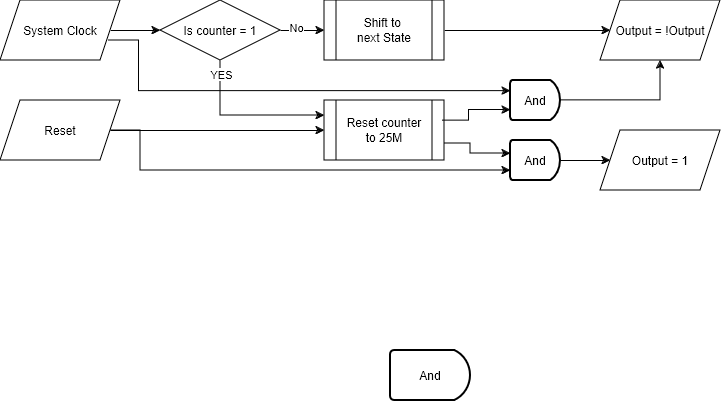
ZeppelinSCB/EIE330-FPGA-LAB-Report keeps this draw.io diagram as Lab2/0_Report/2-4/Counter Logic.png. Above is the earlier version. Source tidied: cells renumbered, new cells last; positions are measured from the earlier drawing's top-left corner, leaving out a move shared by most shapes.
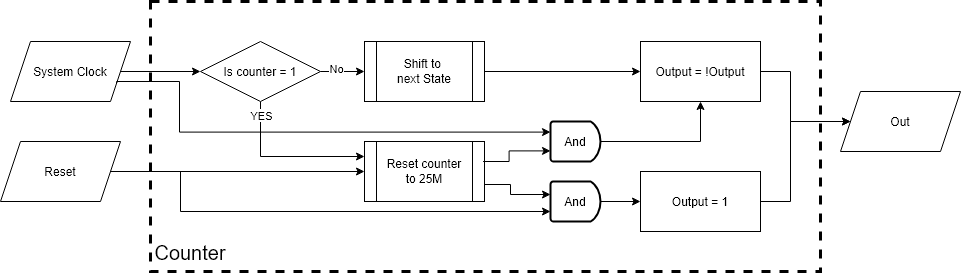
The same diagram one commit later.

The edit, as a diff of the source:
```diff
@@ -2,17 +2,20 @@
   <root>
     <mxCell id="0" />
     <mxCell id="1" parent="0" />
+    <mxCell id="25" style="rounded=0;whiteSpace=wrap;html=1;fillStyle=auto;dashed=1;strokeWidth=3;fillColor=none;" parent="1" vertex="1">
+      <mxGeometry x="110" y="-40" width="670" height="270" as="geometry" />
+    </mxCell>
     <mxCell id="2" style="edgeStyle=orthogonalEdgeStyle;rounded=0;jettySize=auto;html=1;entryX=0;entryY=0.5;entryDx=0;entryDy=0;" parent="1" edge="1" source="3" target="13">
       <mxGeometry relative="1" as="geometry" />
     </mxCell>
     <mxCell id="3" value="Reset" style="shape=parallelogram;perimeter=parallelogramPerimeter;whiteSpace=wrap;html=1;fixedSize=1;rotation=0;" parent="1" vertex="1">
-      <mxGeometry y="100" width="120" height="60" as="geometry" />
+      <mxGeometry x="-40" y="100" width="120" height="60" as="geometry" />
     </mxCell>
     <mxCell id="4" style="edgeStyle=orthogonalEdgeStyle;rounded=0;jettySize=auto;html=1;entryX=0;entryY=0.5;entryDx=0;entryDy=0;" parent="1" edge="1" source="5" target="12">
       <mxGeometry relative="1" as="geometry" />
     </mxCell>
     <mxCell id="5" value="System Clock" style="shape=parallelogram;perimeter=parallelogramPerimeter;whiteSpace=wrap;html=1;fixedSize=1;rotation=0;" parent="1" vertex="1">
-      <mxGeometry width="120" height="60" as="geometry" />
+      <mxGeometry x="-30" width="120" height="60" as="geometry" />
     </mxCell>
     <mxCell id="6" style="edgeStyle=orthogonalEdgeStyle;rounded=0;jettySize=auto;html=1;entryX=0;entryY=0.5;entryDx=0;entryDy=0;" parent="1" edge="1" source="7" target="15">
       <mxGeometry relative="1" as="geometry" />
@@ -40,18 +43,31 @@
     <mxCell id="13" value="&lt;div&gt;Reset counter&lt;/div&gt;&lt;div&gt;to 25M&lt;br&gt;&lt;/div&gt;" style="shape=process;whiteSpace=wrap;html=1;backgroundOutline=1;rotation=0;" parent="1" vertex="1">
       <mxGeometry x="324" y="100" width="120" height="60" as="geometry" />
     </mxCell>
+    <mxCell id="26" style="edgeStyle=orthogonalEdgeStyle;rounded=0;jettySize=auto;html=1;entryX=0;entryY=0.5;entryDx=0;entryDy=0;" parent="1" edge="1" source="14" target="28">
+      <mxGeometry relative="1" as="geometry">
+        <Array as="points">
+          <mxPoint x="750" y="160" />
+          <mxPoint x="750" y="80" />
+        </Array>
+      </mxGeometry>
+    </mxCell>
-    <mxCell id="14" value="Output = 1" style="shape=parallelogram;perimeter=parallelogramPerimeter;whiteSpace=wrap;html=1;fixedSize=1;rotation=0;" parent="1" vertex="1">
+    <mxCell id="14" value="Output = 1" style="shape=parallelogram;perimeter=parallelogramPerimeter;whiteSpace=wrap;html=1;fixedSize=1;rotation=0;size=-10;" parent="1" vertex="1">
       <mxGeometry x="600" y="130" width="120" height="60" as="geometry" />
     </mxCell>
+    <mxCell id="27" style="edgeStyle=orthogonalEdgeStyle;rounded=0;jettySize=auto;html=1;" parent="1" edge="1" source="15" target="28">
+      <mxGeometry relative="1" as="geometry">
+        <Array as="points">
+          <mxPoint x="750" y="30" />
+          <mxPoint x="750" y="80" />
+        </Array>
+      </mxGeometry>
+    </mxCell>
-    <mxCell id="15" value="Output = !Output" style="shape=parallelogram;perimeter=parallelogramPerimeter;whiteSpace=wrap;html=1;fixedSize=1;rotation=0;" parent="1" vertex="1">
+    <mxCell id="15" value="Output = !Output" style="shape=parallelogram;perimeter=parallelogramPerimeter;whiteSpace=wrap;html=1;fixedSize=1;rotation=0;size=-10;" parent="1" vertex="1">
       <mxGeometry x="600" width="120" height="60" as="geometry" />
     </mxCell>
     <mxCell id="16" value="And" style="strokeWidth=2;html=1;shape=mxgraph.flowchart.delay;whiteSpace=wrap;" parent="1" vertex="1">
       <mxGeometry x="510" y="80" width="50" height="40" as="geometry" />
     </mxCell>
-    <mxCell id="17" value="And" style="strokeWidth=2;html=1;shape=mxgraph.flowchart.delay;whiteSpace=wrap;" parent="1" vertex="1">
-      <mxGeometry x="390" y="350" width="80" height="50" as="geometry" />
-    </mxCell>
     <mxCell id="18" style="edgeStyle=orthogonalEdgeStyle;rounded=0;jettySize=auto;html=1;entryX=0;entryY=0.5;entryDx=0;entryDy=0;" parent="1" edge="1" source="19" target="14">
       <mxGeometry relative="1" as="geometry" />
     </mxCell>
@@ -79,13 +95,13 @@
         </Array>
       </mxGeometry>
     </mxCell>
-    <mxCell id="22" style="edgeStyle=orthogonalEdgeStyle;rounded=0;orthogonalLoop=1;jettySize=auto;html=1;entryX=0.02;entryY=0.015;entryDx=0;entryDy=0;entryPerimeter=0;" parent="1" edge="1">
+    <mxCell id="22" style="edgeStyle=orthogonalEdgeStyle;rounded=0;jettySize=auto;html=1;entryX=0.02;entryY=0.015;entryDx=0;entryDy=0;entryPerimeter=0;exitX=1;exitY=0.75;exitDx=0;exitDy=0;" parent="1" edge="1" source="5">
       <mxGeometry relative="1" as="geometry">
-        <mxPoint x="108.6" y="40" as="sourcePoint" />
         <mxPoint x="510" y="90.6" as="targetPoint" />
         <Array as="points">
-          <mxPoint x="138.6" y="40" />
-          <mxPoint x="138.6" y="91" />
+          <mxPoint x="76" y="40" />
+          <mxPoint x="139" y="40" />
+          <mxPoint x="139" y="91" />
         </Array>
       </mxGeometry>
     </mxCell>
@@ -101,5 +117,11 @@
     <mxCell id="24" style="edgeStyle=orthogonalEdgeStyle;rounded=0;jettySize=auto;html=1;entryX=0.5;entryY=1;entryDx=0;entryDy=0;" parent="1" edge="1" source="16" target="15">
       <mxGeometry relative="1" as="geometry" />
     </mxCell>
+    <mxCell id="28" value="&lt;div&gt;Out&lt;/div&gt;" style="shape=parallelogram;perimeter=parallelogramPerimeter;whiteSpace=wrap;html=1;fixedSize=1;" parent="1" vertex="1">
+      <mxGeometry x="800" y="50" width="120" height="60" as="geometry" />
+    </mxCell>
+    <mxCell id="29" value="Counter" style="text;html=1;align=center;verticalAlign=middle;whiteSpace=wrap;rounded=0;fontSize=20;" parent="1" vertex="1">
+      <mxGeometry x="120" y="196" width="60" height="30" as="geometry" />
+    </mxCell>
   </root>
 </mxGraphModel>
```
